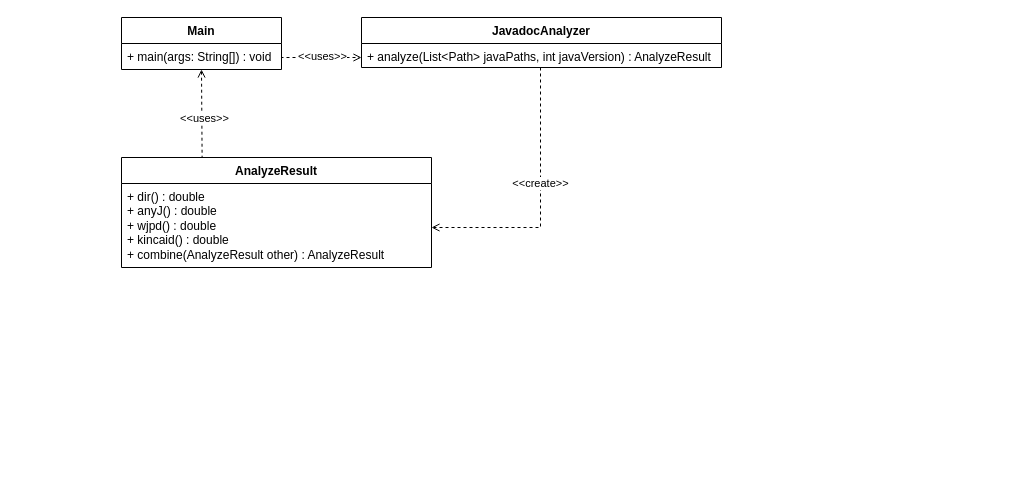
Above: UML_Klassendiagramm.drawio in silvio201/pat-prototype (draw.io), before the change. Source tidied: cells renumbered, new cells numbered last; positions are measured from the earlier drawing's top-left corner, leaving out a move shared by most shapes. Both pictures are drawn from the tidied source at 100%, with x=0, y=0 at pixel (121, 17).
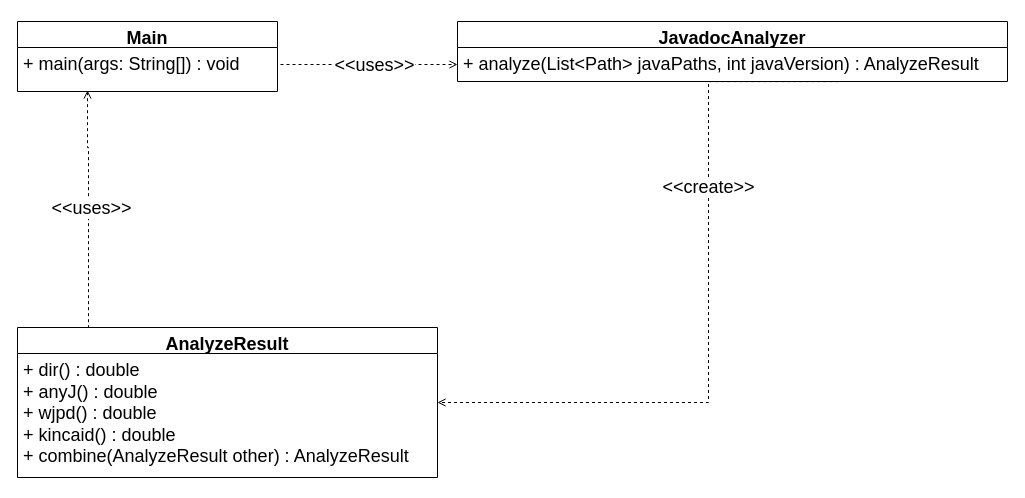
The same diagram, later.

Commit message:
Anpassung Grafik

The edit, as a diff of the source:
```diff
@@
-    <mxCell id="2" value="Main " style="swimlane;fontStyle=1;align=center;verticalAlign=top;horizontal=1;startSize=26;whiteSpace=wrap;html=1;" parent="1" vertex="1">
-      <mxGeometry width="160" height="52" as="geometry" />
+    <mxCell id="2" value="Main " style="swimlane;fontStyle=1;align=center;verticalAlign=top;horizontal=1;startSize=26;whiteSpace=wrap;html=1;fontSize=18;" parent="1" vertex="1">
+      <mxGeometry x="-104" y="4" width="260" height="70" as="geometry" />
     </mxCell>
-    <mxCell id="3" value="+ main(args: String[]) : void" style="text;strokeColor=none;fillColor=none;align=left;verticalAlign=top;spacingLeft=4;spacingRight=4;overflow=hidden;whiteSpace=wrap;html=1;" parent="2" vertex="1">
-      <mxGeometry y="26" width="160" height="26" as="geometry" />
+    <mxCell id="3" value="+ main(args: String[]) : void" style="text;strokeColor=none;fillColor=none;align=left;verticalAlign=top;spacingLeft=4;spacingRight=4;overflow=hidden;whiteSpace=wrap;html=1;fontSize=18;" parent="2" vertex="1">
+      <mxGeometry y="26" width="260" height="44" as="geometry" />
     </mxCell>
-    <mxCell id="4" value="JavadocAnalyzer" style="swimlane;fontStyle=1;align=center;verticalAlign=top;horizontal=1;startSize=26;whiteSpace=wrap;html=1;" parent="1" vertex="1">
-      <mxGeometry x="240" width="360" height="50" as="geometry" />
+    <mxCell id="4" value="JavadocAnalyzer" style="swimlane;fontStyle=1;align=center;verticalAlign=top;horizontal=1;startSize=26;whiteSpace=wrap;html=1;fontSize=18;" parent="1" vertex="1">
+      <mxGeometry x="336" y="4" width="550" height="60" as="geometry" />
     </mxCell>
-    <mxCell id="5" value="+ analyze(List&amp;lt;Path&amp;gt; javaPaths, int javaVersion) : AnalyzeResult" style="text;strokeColor=none;fillColor=none;align=left;verticalAlign=top;spacingLeft=4;spacingRight=4;overflow=hidden;points=[[0,0.5],[1,0.5]];portConstraint=eastwest;whiteSpace=wrap;html=1;" parent="4" vertex="1">
-      <mxGeometry y="26" width="360" height="24" as="geometry" />
+    <mxCell id="5" value="+ analyze(List&amp;lt;Path&amp;gt; javaPaths, int javaVersion) : AnalyzeResult" style="text;strokeColor=none;fillColor=none;align=left;verticalAlign=top;spacingLeft=4;spacingRight=4;overflow=hidden;points=[[0,0.5],[1,0.5]];portConstraint=eastwest;whiteSpace=wrap;html=1;fontSize=18;" parent="4" vertex="1">
+      <mxGeometry y="26" width="550" height="34" as="geometry" />
     </mxCell>
-    <mxCell id="6" style="edgeStyle=orthogonalEdgeStyle;rounded=0;jettySize=auto;html=1;entryX=0.5;entryY=1;entryDx=0;entryDy=0;dashed=1;exitX=0.26;exitY=0.011;exitDx=0;exitDy=0;exitPerimeter=0;endArrow=open;endFill=0;" parent="1" edge="1" source="8" target="2">
+    <mxCell id="6" style="edgeStyle=orthogonalEdgeStyle;rounded=0;orthogonalLoop=1;jettySize=auto;html=1;dashed=1;exitX=0.26;exitY=0.011;exitDx=0;exitDy=0;exitPerimeter=0;endArrow=open;endFill=0;fontSize=18;" parent="1" edge="1">
       <mxGeometry relative="1" as="geometry">
+        <mxPoint x="-44" y="311.7" as="sourcePoint" />
+        <mxPoint x="-34" y="73" as="targetPoint" />
         <Array as="points">
-          <mxPoint x="81" y="138" />
-          <mxPoint x="80" y="138" />
+          <mxPoint x="-33" y="312" />
+          <mxPoint x="-33" y="130" />
+          <mxPoint x="-34" y="130" />
+          <mxPoint x="-34" y="73" />
         </Array>
       </mxGeometry>
     </mxCell>
-    <mxCell id="7" value="&amp;lt;&amp;lt;uses&amp;gt;&amp;gt;" style="edgeLabel;html=1;align=center;verticalAlign=middle;" parent="6" vertex="1">
-      <mxGeometry x="-0.09" y="-2" relative="1" as="geometry" />
+    <mxCell id="7" value="&amp;lt;&amp;lt;uses&amp;gt;&amp;gt;" style="edgeLabel;html=1;align=center;verticalAlign=middle;fontSize=18;" parent="6" vertex="1">
+      <mxGeometry x="-0.09" y="-2" relative="1" as="geometry">
+        <mxPoint y="-18" as="offset" />
+      </mxGeometry>
     </mxCell>
-    <mxCell id="8" value="AnalyzeResult  " style="swimlane;fontStyle=1;align=center;verticalAlign=top;horizontal=1;startSize=26;whiteSpace=wrap;html=1;" parent="1" vertex="1">
-      <mxGeometry y="140" width="310" height="110" as="geometry" />
+    <mxCell id="8" value="AnalyzeResult  " style="swimlane;fontStyle=1;align=center;verticalAlign=top;horizontal=1;startSize=26;whiteSpace=wrap;html=1;fontSize=18;" parent="1" vertex="1">
+      <mxGeometry x="-104" y="310" width="420" height="150" as="geometry" />
     </mxCell>
-    <mxCell id="9" value="+ dir() : double&lt;div&gt;+ anyJ() : double&lt;/div&gt;&lt;div&gt;+ wjpd() : double&lt;/div&gt;&lt;div&gt;+ kincaid() : double&lt;/div&gt;&lt;div&gt;+ combine(AnalyzeResult other) : AnalyzeResult&lt;/div&gt;" style="text;strokeColor=none;fillColor=none;align=left;verticalAlign=top;spacingLeft=4;spacingRight=4;overflow=hidden;whiteSpace=wrap;html=1;" parent="8" vertex="1">
-      <mxGeometry y="26" width="310" height="84" as="geometry" />
+    <mxCell id="9" value="+ dir() : double&lt;div&gt;+ anyJ() : double&lt;/div&gt;&lt;div&gt;+ wjpd() : double&lt;/div&gt;&lt;div&gt;+ kincaid() : double&lt;/div&gt;&lt;div&gt;+ combine(AnalyzeResult other) : AnalyzeResult&lt;/div&gt;" style="text;strokeColor=none;fillColor=none;align=left;verticalAlign=top;spacingLeft=4;spacingRight=4;overflow=hidden;whiteSpace=wrap;html=1;fontSize=18;" parent="8" vertex="1">
+      <mxGeometry y="26" width="420" height="124" as="geometry" />
     </mxCell>
-    <mxCell id="10" style="edgeStyle=orthogonalEdgeStyle;rounded=0;jettySize=auto;html=1;dashed=1;endArrow=open;endFill=0;" parent="1" edge="1" target="5">
+    <mxCell id="10" style="edgeStyle=orthogonalEdgeStyle;rounded=0;jettySize=auto;html=1;dashed=1;endArrow=open;endFill=0;fontSize=18;entryX=0;entryY=0.5;entryDx=0;entryDy=0;" parent="1" edge="1" target="5">
       <mxGeometry relative="1" as="geometry">
-        <mxPoint x="160" y="39" as="sourcePoint" />
+        <mxPoint x="156" y="50" as="sourcePoint" />
         <Array as="points">
-          <mxPoint x="220" y="40" />
-          <mxPoint x="220" y="40" />
+          <mxPoint x="156" y="50" />
+          <mxPoint x="156" y="47" />
         </Array>
       </mxGeometry>
     </mxCell>
-    <mxCell id="11" value="&amp;lt;&amp;lt;uses&amp;gt;&amp;gt;" style="edgeLabel;html=1;align=center;verticalAlign=middle;" parent="10" vertex="1">
+    <mxCell id="11" value="&amp;lt;&amp;lt;uses&amp;gt;&amp;gt;" style="edgeLabel;html=1;align=center;verticalAlign=middle;fontSize=18;" parent="10" vertex="1">
       <mxGeometry x="0.24" y="2" relative="1" as="geometry">
-        <mxPoint x="-9" as="offset" />
+        <mxPoint x="-14" y="2" as="offset" />
       </mxGeometry>
     </mxCell>
-    <mxCell id="12" style="edgeStyle=orthogonalEdgeStyle;rounded=0;jettySize=auto;html=1;dashed=1;endArrow=open;endFill=0;" parent="1" edge="1" source="5">
+    <mxCell id="12" style="edgeStyle=orthogonalEdgeStyle;rounded=0;jettySize=auto;html=1;dashed=1;endArrow=open;endFill=0;fontSize=18;entryX=1;entryY=0.5;entryDx=0;entryDy=0;exitX=0.692;exitY=1.003;exitDx=0;exitDy=0;exitPerimeter=0;" parent="1" edge="1" source="5" target="8">
       <mxGeometry relative="1" as="geometry">
-        <mxPoint x="310" y="210" as="targetPoint" />
         <Array as="points">
-          <mxPoint x="419" y="210" />
+          <mxPoint x="587" y="385" />
         </Array>
       </mxGeometry>
     </mxCell>
-    <mxCell id="13" value="&amp;lt;&amp;lt;create&amp;gt;&amp;gt;" style="edgeLabel;html=1;align=center;verticalAlign=middle;" parent="12" vertex="1">
+    <mxCell id="13" value="&amp;lt;&amp;lt;create&amp;gt;&amp;gt;" style="edgeLabel;html=1;align=center;verticalAlign=middle;fontSize=18;" parent="12" vertex="1">
       <mxGeometry x="-0.47" y="-1" relative="1" as="geometry">
         <mxPoint y="44" as="offset" />
       </mxGeometry>
     </mxCell>
```
